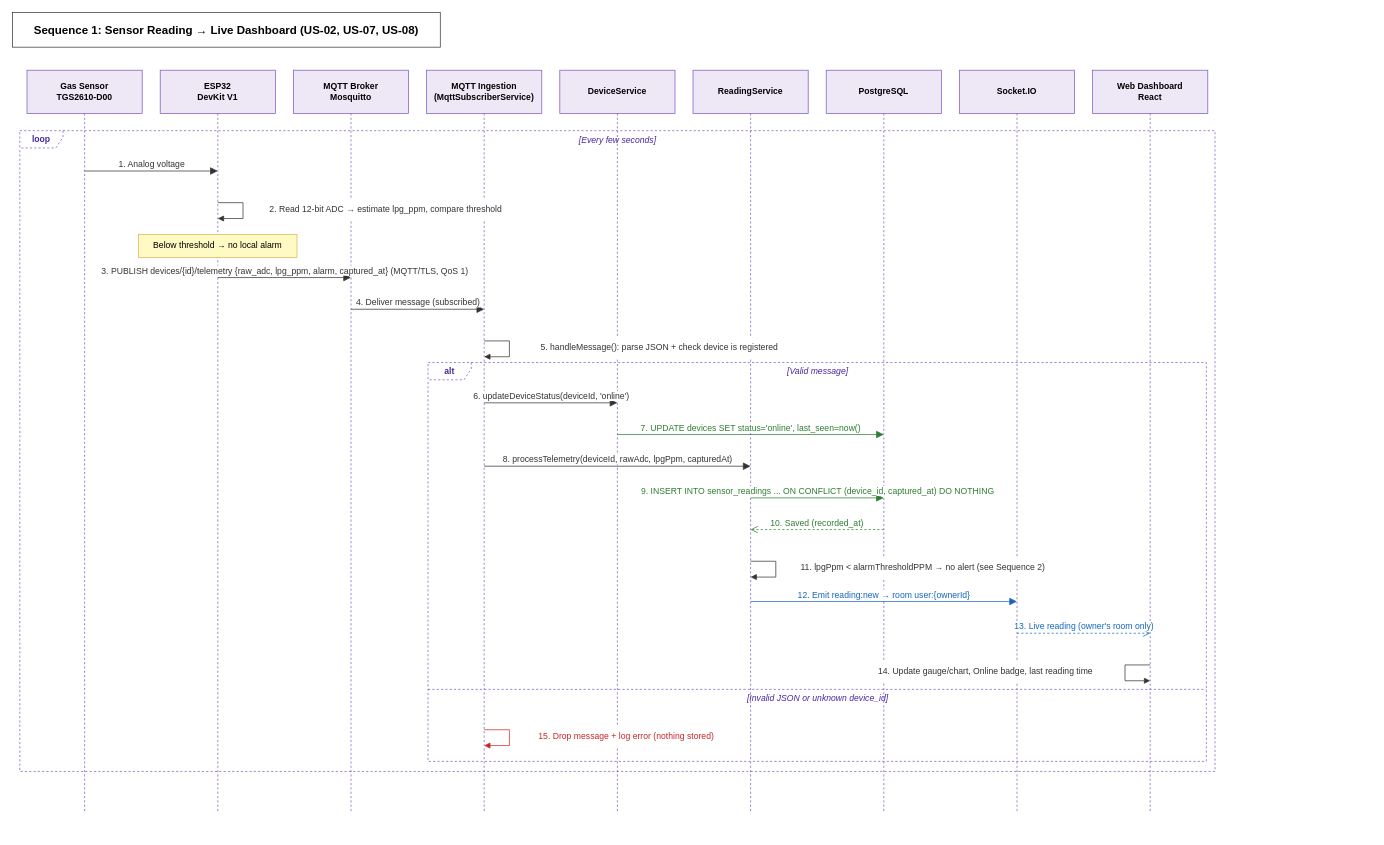
This is docs/diagrams/seq-1-sensor-reading.drawio from abdularhman2341/air-quality-monitoring-system, a draw.io file, before an edit. Source tidied: cells renumbered, new cells numbered last; positions are measured from the earlier drawing's top-left corner, leaving out a move shared by most shapes. Both pictures are drawn from the tidied source at 72%, with x=0, y=0 at pixel (12, 12).
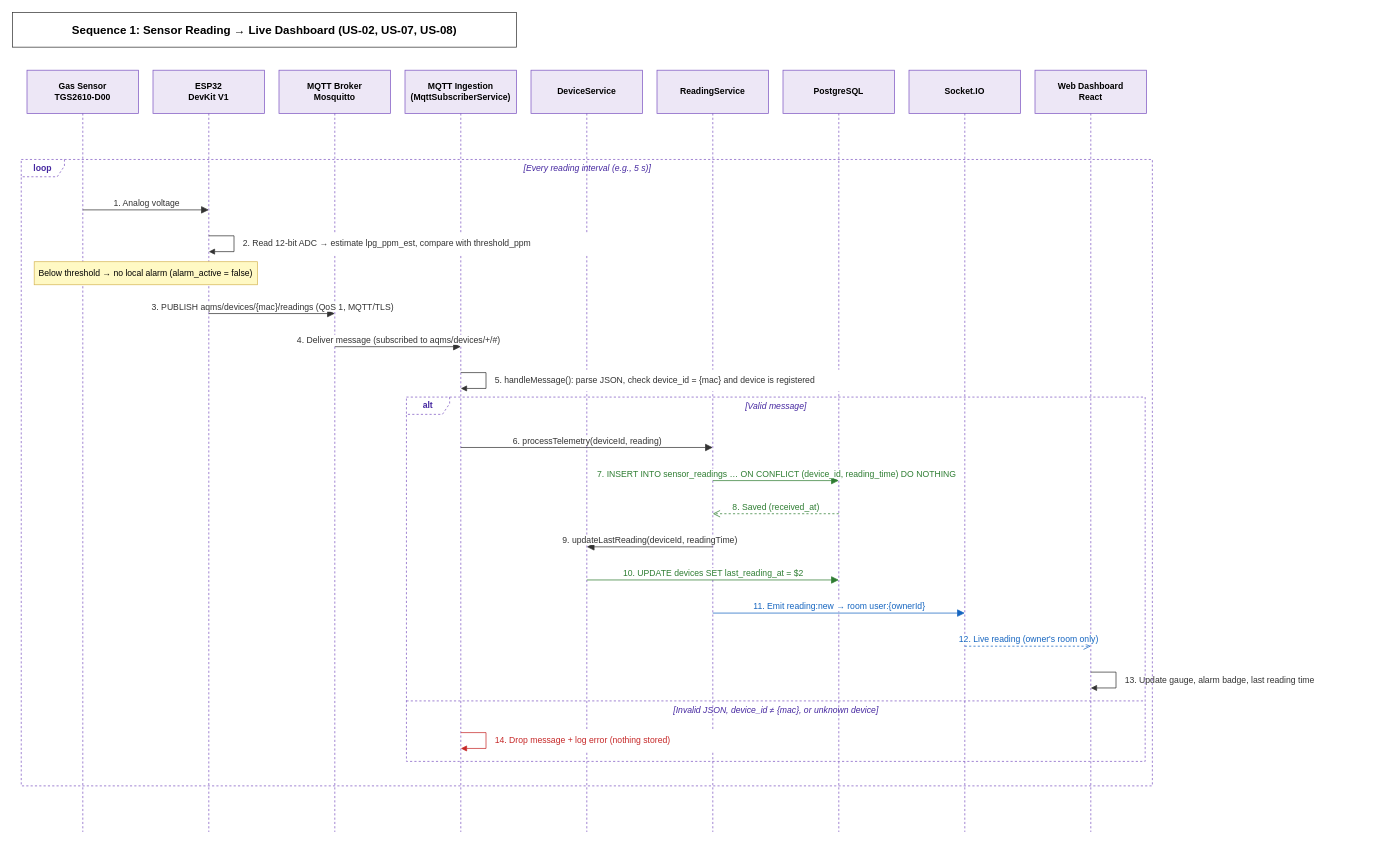
After the change.

The edit, as a diff of the source:
```diff
@@
-    <mxCell id="2" value="Sequence 1: Sensor Reading → Live Dashboard  (US-02, US-07, US-08)" style="fontFamily=Helvetica;rounded=0;whiteSpace=wrap;html=1;fontStyle=1;fontSize=16;fillColor=#FFFFFF;strokeColor=#333333;" parent="1" vertex="1">
-      <mxGeometry width="594" height="48" as="geometry" />
-    </mxCell>
     <mxCell id="3" value="Gas Sensor&#10;TGS2610-D00" style="fontFamily=Helvetica;shape=umlLifeline;perimeter=lifelinePerimeter;whiteSpace=wrap;html=1;size=60;fillColor=#EDE7F6;strokeColor=#7E57C2;fontSize=12;fontStyle=1;" parent="1" vertex="1">
-      <mxGeometry x="20" y="80" width="160" height="1030" as="geometry" />
+      <mxGeometry x="20" y="80" width="155" height="1058" as="geometry" />
     </mxCell>
     <mxCell id="4" value="ESP32&#10;DevKit V1" style="fontFamily=Helvetica;shape=umlLifeline;perimeter=lifelinePerimeter;whiteSpace=wrap;html=1;size=60;fillColor=#EDE7F6;strokeColor=#7E57C2;fontSize=12;fontStyle=1;" parent="1" vertex="1">
-      <mxGeometry x="205" y="80" width="160" height="1030" as="geometry" />
+      <mxGeometry x="195" y="80" width="155" height="1058" as="geometry" />
     </mxCell>
     <mxCell id="5" value="MQTT Broker&#10;Mosquitto" style="fontFamily=Helvetica;shape=umlLifeline;perimeter=lifelinePerimeter;whiteSpace=wrap;html=1;size=60;fillColor=#EDE7F6;strokeColor=#7E57C2;fontSize=12;fontStyle=1;" parent="1" vertex="1">
-      <mxGeometry x="390" y="80" width="160" height="1030" as="geometry" />
+      <mxGeometry x="370" y="80" width="155" height="1058" as="geometry" />
     </mxCell>
     <mxCell id="6" value="MQTT Ingestion&#10;(MqttSubscriberService)" style="fontFamily=Helvetica;shape=umlLifeline;perimeter=lifelinePerimeter;whiteSpace=wrap;html=1;size=60;fillColor=#EDE7F6;strokeColor=#7E57C2;fontSize=12;fontStyle=1;" parent="1" vertex="1">
-      <mxGeometry x="575" y="80" width="160" height="1030" as="geometry" />
+      <mxGeometry x="545" y="80" width="155" height="1058" as="geometry" />
     </mxCell>
     <mxCell id="7" value="DeviceService" style="fontFamily=Helvetica;shape=umlLifeline;perimeter=lifelinePerimeter;whiteSpace=wrap;html=1;size=60;fillColor=#EDE7F6;strokeColor=#7E57C2;fontSize=12;fontStyle=1;" parent="1" vertex="1">
-      <mxGeometry x="760" y="80" width="160" height="1030" as="geometry" />
+      <mxGeometry x="720" y="80" width="155" height="1058" as="geometry" />
     </mxCell>
     <mxCell id="8" value="ReadingService" style="fontFamily=Helvetica;shape=umlLifeline;perimeter=lifelinePerimeter;whiteSpace=wrap;html=1;size=60;fillColor=#EDE7F6;strokeColor=#7E57C2;fontSize=12;fontStyle=1;" parent="1" vertex="1">
-      <mxGeometry x="945" y="80" width="160" height="1030" as="geometry" />
+      <mxGeometry x="895" y="80" width="155" height="1058" as="geometry" />
     </mxCell>
     <mxCell id="9" value="PostgreSQL" style="fontFamily=Helvetica;shape=umlLifeline;perimeter=lifelinePerimeter;whiteSpace=wrap;html=1;size=60;fillColor=#EDE7F6;strokeColor=#7E57C2;fontSize=12;fontStyle=1;" parent="1" vertex="1">
-      <mxGeometry x="1130" y="80" width="160" height="1030" as="geometry" />
+      <mxGeometry x="1070" y="80" width="155" height="1058" as="geometry" />
     </mxCell>
     <mxCell id="10" value="Socket.IO" style="fontFamily=Helvetica;shape=umlLifeline;perimeter=lifelinePerimeter;whiteSpace=wrap;html=1;size=60;fillColor=#EDE7F6;strokeColor=#7E57C2;fontSize=12;fontStyle=1;" parent="1" vertex="1">
-      <mxGeometry x="1315" y="80" width="160" height="1030" as="geometry" />
+      <mxGeometry x="1245" y="80" width="155" height="1058" as="geometry" />
     </mxCell>
     <mxCell id="11" value="Web Dashboard&#10;React" style="fontFamily=Helvetica;shape=umlLifeline;perimeter=lifelinePerimeter;whiteSpace=wrap;html=1;size=60;fillColor=#EDE7F6;strokeColor=#7E57C2;fontSize=12;fontStyle=1;" parent="1" vertex="1">
-      <mxGeometry x="1500" y="80" width="160" height="1030" as="geometry" />
+      <mxGeometry x="1420" y="80" width="155" height="1058" as="geometry" />
     </mxCell>
+    <mxCell id="2" value="Sequence 1: Sensor Reading → Live Dashboard  (US-02, US-07, US-08)" style="fontFamily=Helvetica;rounded=0;whiteSpace=wrap;html=1;fontStyle=1;fontSize=16;fillColor=#FFFFFF;strokeColor=#333333;" parent="1" vertex="1">
+      <mxGeometry width="700" height="48" as="geometry" />
+    </mxCell>
     <mxCell id="12" value="1. Analog voltage" style="fontFamily=Helvetica;html=1;verticalAlign=bottom;labelBackgroundColor=#FFFFFF;fontSize=12;strokeColor=#333333;fontColor=#333333;endSize=8;endArrow=block;endFill=1;" parent="1" edge="1">
       <mxGeometry relative="1" as="geometry">
-        <mxPoint x="100" y="220" as="sourcePoint" />
-        <mxPoint x="285" y="220" as="targetPoint" />
+        <mxPoint x="97.5" y="274" as="sourcePoint" />
+        <mxPoint x="272.5" y="274" as="targetPoint" />
       </mxGeometry>
     </mxCell>
     <mxCell id="13" style="fontFamily=Helvetica;html=1;endArrow=block;endFill=1;strokeColor=#333333;rounded=0;" parent="1" edge="1">
       <mxGeometry relative="1" as="geometry">
-        <mxPoint x="285" y="264" as="sourcePoint" />
-        <mxPoint x="285" y="286" as="targetPoint" />
+        <mxPoint x="272.5" y="310" as="sourcePoint" />
+        <mxPoint x="272.5" y="332" as="targetPoint" />
         <Array as="points">
-          <mxPoint x="320" y="264" />
-          <mxPoint x="320" y="286" />
+          <mxPoint x="307.5" y="310" />
+          <mxPoint x="307.5" y="332" />
         </Array>
       </mxGeometry>
     </mxCell>
-    <mxCell id="14" value="2. Read 12-bit ADC → estimate lpg_ppm, compare threshold" style="fontFamily=Helvetica;text;html=1;align=center;verticalAlign=middle;fontSize=12;fontColor=#333333;fillColor=#FFFFFF;" parent="1" vertex="1">
-      <mxGeometry x="327" y="258" width="381" height="30" as="geometry" />
+    <mxCell id="14" value="2. Read 12-bit ADC → estimate lpg_ppm_est, compare with threshold_ppm" style="fontFamily=Helvetica;text;html=1;align=left;verticalAlign=middle;fontSize=12;fontColor=#333333;fillColor=#FFFFFF;" parent="1" vertex="1">
+      <mxGeometry x="317.5" y="306" width="496" height="30" as="geometry" />
     </mxCell>
-    <mxCell id="15" value="Below threshold → no local alarm" style="fontFamily=Helvetica;rounded=0;whiteSpace=wrap;html=1;fillColor=#FFF9C4;strokeColor=#D6B656;fontSize=12;" parent="1" vertex="1">
-      <mxGeometry x="175" y="308" width="220" height="32" as="geometry" />
+    <mxCell id="15" value="Below threshold → no local alarm (alarm_active = false)" style="fontFamily=Helvetica;rounded=0;whiteSpace=wrap;html=1;fillColor=#FFF9C4;strokeColor=#D6B656;fontSize=12;" parent="1" vertex="1">
+      <mxGeometry x="30" y="346" width="310" height="32" as="geometry" />
     </mxCell>
-    <mxCell id="16" value="3. PUBLISH devices/{id}/telemetry {raw_adc, lpg_ppm, alarm, captured_at} (MQTT/TLS, QoS 1)" style="fontFamily=Helvetica;html=1;verticalAlign=bottom;labelBackgroundColor=#FFFFFF;fontSize=12;strokeColor=#333333;fontColor=#333333;endSize=8;endArrow=block;endFill=1;" parent="1" edge="1">
+    <mxCell id="16" value="3. PUBLISH aqms/devices/{mac}/readings  (QoS 1, MQTT/TLS)" style="fontFamily=Helvetica;html=1;verticalAlign=bottom;labelBackgroundColor=#FFFFFF;fontSize=12;strokeColor=#333333;fontColor=#333333;endSize=8;endArrow=block;endFill=1;" parent="1" edge="1">
       <mxGeometry relative="1" as="geometry">
-        <mxPoint x="285" y="368" as="sourcePoint" />
-        <mxPoint x="470" y="368" as="targetPoint" />
+        <mxPoint x="272.5" y="418" as="sourcePoint" />
+        <mxPoint x="447.5" y="418" as="targetPoint" />
       </mxGeometry>
     </mxCell>
-    <mxCell id="17" value="4. Deliver message (subscribed)" style="fontFamily=Helvetica;html=1;verticalAlign=bottom;labelBackgroundColor=#FFFFFF;fontSize=12;strokeColor=#333333;fontColor=#333333;endSize=8;endArrow=block;endFill=1;" parent="1" edge="1">
+    <mxCell id="17" value="4. Deliver message (subscribed to aqms/devices/+/#)" style="fontFamily=Helvetica;html=1;verticalAlign=bottom;labelBackgroundColor=#FFFFFF;fontSize=12;strokeColor=#333333;fontColor=#333333;endSize=8;endArrow=block;endFill=1;" parent="1" edge="1">
       <mxGeometry relative="1" as="geometry">
-        <mxPoint x="470" y="412" as="sourcePoint" />
-        <mxPoint x="655" y="412" as="targetPoint" />
+        <mxPoint x="447.5" y="464" as="sourcePoint" />
+        <mxPoint x="622.5" y="464" as="targetPoint" />
       </mxGeometry>
     </mxCell>
     <mxCell id="18" style="fontFamily=Helvetica;html=1;endArrow=block;endFill=1;strokeColor=#333333;rounded=0;" parent="1" edge="1">
       <mxGeometry relative="1" as="geometry">
-        <mxPoint x="655" y="456" as="sourcePoint" />
-        <mxPoint x="655" y="478" as="targetPoint" />
+        <mxPoint x="622.5" y="500" as="sourcePoint" />
+        <mxPoint x="622.5" y="522" as="targetPoint" />
         <Array as="points">
-          <mxPoint x="690" y="456" />
-          <mxPoint x="690" y="478" />
+          <mxPoint x="657.5" y="500" />
+          <mxPoint x="657.5" y="522" />
         </Array>
       </mxGeometry>
     </mxCell>
-    <mxCell id="19" value="5. handleMessage(): parse JSON + check device is registered" style="fontFamily=Helvetica;text;html=1;align=center;verticalAlign=middle;fontSize=12;fontColor=#333333;fillColor=#FFFFFF;" parent="1" vertex="1">
-      <mxGeometry x="697" y="450" width="401" height="30" as="geometry" />
+    <mxCell id="19" value="5. handleMessage(): parse JSON, check device_id = {mac} and device is registered" style="fontFamily=Helvetica;text;html=1;align=left;verticalAlign=middle;fontSize=12;fontColor=#333333;fillColor=#FFFFFF;" parent="1" vertex="1">
+      <mxGeometry x="667.5" y="496" width="576" height="30" as="geometry" />
     </mxCell>
-    <mxCell id="20" value="6. updateDeviceStatus(deviceId, 'online')" style="fontFamily=Helvetica;html=1;verticalAlign=bottom;labelBackgroundColor=#FFFFFF;fontSize=12;strokeColor=#333333;fontColor=#333333;endSize=8;endArrow=block;endFill=1;" parent="1" edge="1">
+    <mxCell id="20" value="6. processTelemetry(deviceId, reading)" style="fontFamily=Helvetica;html=1;verticalAlign=bottom;labelBackgroundColor=#FFFFFF;fontSize=12;strokeColor=#333333;fontColor=#333333;endSize=8;endArrow=block;endFill=1;" parent="1" edge="1">
       <mxGeometry relative="1" as="geometry">
-        <mxPoint x="655" y="542" as="sourcePoint" />
-        <mxPoint x="840" y="542" as="targetPoint" />
+        <mxPoint x="622.5" y="604" as="sourcePoint" />
+        <mxPoint x="972.5" y="604" as="targetPoint" />
       </mxGeometry>
     </mxCell>
-    <mxCell id="21" value="7. UPDATE devices SET status='online', last_seen=now()" style="fontFamily=Helvetica;html=1;verticalAlign=bottom;labelBackgroundColor=#FFFFFF;fontSize=12;strokeColor=#2E7D32;fontColor=#2E7D32;endSize=8;endArrow=block;endFill=1;" parent="1" edge="1">
+    <mxCell id="21" value="7. INSERT INTO sensor_readings … ON CONFLICT (device_id, reading_time) DO NOTHING" style="fontFamily=Helvetica;html=1;verticalAlign=bottom;labelBackgroundColor=#FFFFFF;fontSize=12;strokeColor=#2E7D32;fontColor=#2E7D32;endSize=8;endArrow=block;endFill=1;" parent="1" edge="1">
       <mxGeometry relative="1" as="geometry">
-        <mxPoint x="840" y="586" as="sourcePoint" />
-        <mxPoint x="1210" y="586" as="targetPoint" />
+        <mxPoint x="972.5" y="650" as="sourcePoint" />
+        <mxPoint x="1147.5" y="650" as="targetPoint" />
       </mxGeometry>
     </mxCell>
-    <mxCell id="22" value="8. processTelemetry(deviceId, rawAdc, lpgPpm, capturedAt)" style="fontFamily=Helvetica;html=1;verticalAlign=bottom;labelBackgroundColor=#FFFFFF;fontSize=12;strokeColor=#333333;fontColor=#333333;endSize=8;endArrow=block;endFill=1;" parent="1" edge="1">
+    <mxCell id="22" value="8. Saved (received_at)" style="fontFamily=Helvetica;html=1;verticalAlign=bottom;labelBackgroundColor=#FFFFFF;fontSize=12;strokeColor=#2E7D32;fontColor=#2E7D32;endSize=8;dashed=1;endArrow=open;endFill=0;" parent="1" edge="1">
       <mxGeometry relative="1" as="geometry">
-        <mxPoint x="655" y="630" as="sourcePoint" />
-        <mxPoint x="1025" y="630" as="targetPoint" />
+        <mxPoint x="1147.5" y="696" as="sourcePoint" />
+        <mxPoint x="972.5" y="696" as="targetPoint" />
       </mxGeometry>
     </mxCell>
-    <mxCell id="23" value="9. INSERT INTO sensor_readings ... ON CONFLICT (device_id, captured_at) DO NOTHING" style="fontFamily=Helvetica;html=1;verticalAlign=bottom;labelBackgroundColor=#FFFFFF;fontSize=12;strokeColor=#2E7D32;fontColor=#2E7D32;endSize=8;endArrow=block;endFill=1;" parent="1" edge="1">
+    <mxCell id="23" value="9. updateLastReading(deviceId, readingTime)" style="fontFamily=Helvetica;html=1;verticalAlign=bottom;labelBackgroundColor=#FFFFFF;fontSize=12;strokeColor=#333333;fontColor=#333333;endSize=8;endArrow=block;endFill=1;" parent="1" edge="1">
       <mxGeometry relative="1" as="geometry">
-        <mxPoint x="1025" y="674" as="sourcePoint" />
-        <mxPoint x="1210" y="674" as="targetPoint" />
+        <mxPoint x="972.5" y="742" as="sourcePoint" />
+        <mxPoint x="797.5" y="742" as="targetPoint" />
       </mxGeometry>
     </mxCell>
-    <mxCell id="24" value="10. Saved (recorded_at)" style="fontFamily=Helvetica;html=1;verticalAlign=bottom;labelBackgroundColor=#FFFFFF;fontSize=12;strokeColor=#2E7D32;fontColor=#2E7D32;endSize=8;dashed=1;endArrow=open;endFill=0;" parent="1" edge="1">
+    <mxCell id="24" value="10. UPDATE devices SET last_reading_at = $2" style="fontFamily=Helvetica;html=1;verticalAlign=bottom;labelBackgroundColor=#FFFFFF;fontSize=12;strokeColor=#2E7D32;fontColor=#2E7D32;endSize=8;endArrow=block;endFill=1;" parent="1" edge="1">
       <mxGeometry relative="1" as="geometry">
-        <mxPoint x="1210" y="718" as="sourcePoint" />
-        <mxPoint x="1025" y="718" as="targetPoint" />
+        <mxPoint x="797.5" y="788" as="sourcePoint" />
+        <mxPoint x="1147.5" y="788" as="targetPoint" />
       </mxGeometry>
     </mxCell>
-    <mxCell id="25" style="fontFamily=Helvetica;html=1;endArrow=block;endFill=1;strokeColor=#333333;rounded=0;" parent="1" edge="1">
+    <mxCell id="25" value="11. Emit reading:new → room user:{ownerId}" style="fontFamily=Helvetica;html=1;verticalAlign=bottom;labelBackgroundColor=#FFFFFF;fontSize=12;strokeColor=#1565C0;fontColor=#1565C0;endSize=8;endArrow=block;endFill=1;" parent="1" edge="1">
       <mxGeometry relative="1" as="geometry">
-        <mxPoint x="1025" y="762" as="sourcePoint" />
-        <mxPoint x="1025" y="784" as="targetPoint" />
-        <Array as="points">
-          <mxPoint x="1060" y="762" />
-          <mxPoint x="1060" y="784" />
-        </Array>
+        <mxPoint x="972.5" y="834" as="sourcePoint" />
+        <mxPoint x="1322.5" y="834" as="targetPoint" />
       </mxGeometry>
     </mxCell>
-    <mxCell id="26" value="11. lpgPpm &lt; alarmThresholdPPM → no alert (see Sequence 2)" style="fontFamily=Helvetica;text;html=1;align=center;verticalAlign=middle;fontSize=12;fontColor=#333333;fillColor=#FFFFFF;" parent="1" vertex="1">
-      <mxGeometry x="1067" y="756" width="394" height="30" as="geometry" />
+    <mxCell id="26" value="12. Live reading (owner's room only)" style="fontFamily=Helvetica;html=1;verticalAlign=bottom;labelBackgroundColor=#FFFFFF;fontSize=12;strokeColor=#1565C0;fontColor=#1565C0;endSize=8;dashed=1;endArrow=open;endFill=0;" parent="1" edge="1">
+      <mxGeometry relative="1" as="geometry">
+        <mxPoint x="1322.5" y="880" as="sourcePoint" />
+        <mxPoint x="1497.5" y="880" as="targetPoint" />
+      </mxGeometry>
     </mxCell>
-    <mxCell id="27" value="12. Emit reading:new → room user:{ownerId}" style="fontFamily=Helvetica;html=1;verticalAlign=bottom;labelBackgroundColor=#FFFFFF;fontSize=12;strokeColor=#1565C0;fontColor=#1565C0;endSize=8;endArrow=block;endFill=1;" parent="1" edge="1">
+    <mxCell id="27" style="fontFamily=Helvetica;html=1;endArrow=block;endFill=1;strokeColor=#333333;rounded=0;" parent="1" edge="1">
       <mxGeometry relative="1" as="geometry">
-        <mxPoint x="1025" y="818" as="sourcePoint" />
-        <mxPoint x="1395" y="818" as="targetPoint" />
+        <mxPoint x="1497.5" y="916" as="sourcePoint" />
+        <mxPoint x="1497.5" y="938" as="targetPoint" />
+        <Array as="points">
+          <mxPoint x="1532.5" y="916" />
+          <mxPoint x="1532.5" y="938" />
+        </Array>
       </mxGeometry>
     </mxCell>
-    <mxCell id="28" value="13. Live reading (owner's room only)" style="fontFamily=Helvetica;html=1;verticalAlign=bottom;labelBackgroundColor=#FFFFFF;fontSize=12;strokeColor=#1565C0;fontColor=#1565C0;endSize=8;dashed=1;endArrow=open;endFill=0;" parent="1" edge="1">
-      <mxGeometry relative="1" as="geometry">
-        <mxPoint x="1395" y="862" as="sourcePoint" />
-        <mxPoint x="1580" y="862" as="targetPoint" />
-      </mxGeometry>
+    <mxCell id="28" value="13. Update gauge, alarm badge, last reading time" style="fontFamily=Helvetica;text;html=1;align=left;verticalAlign=middle;fontSize=12;fontColor=#333333;fillColor=#FFFFFF;" parent="1" vertex="1">
+      <mxGeometry x="1542.5" y="912" width="345" height="30" as="geometry" />
     </mxCell>
+    <mxCell id="39" style="fontFamily=Helvetica;html=1;endArrow=block;endFill=1;strokeColor=#C62828;rounded=0;" parent="1" edge="1">
+      <mxGeometry relative="1" as="geometry">
+        <mxPoint x="622.5" y="1000" as="sourcePoint" />
+        <mxPoint x="622.5" y="1022" as="targetPoint" />
+        <Array as="points">
+          <mxPoint x="657.5" y="1000" />
+          <mxPoint x="657.5" y="1022" />
+        </Array>
+      </mxGeometry>
+    </mxCell>
-    <mxCell id="29" style="fontFamily=Helvetica;html=1;endArrow=block;endFill=1;strokeColor=#333333;rounded=0;" parent="1" edge="1">
-      <mxGeometry relative="1" as="geometry">
-        <mxPoint x="1580" y="906" as="sourcePoint" />
-        <mxPoint x="1580" y="928" as="targetPoint" />
-        <Array as="points">
-          <mxPoint x="1545" y="906" />
-          <mxPoint x="1545" y="928" />
-        </Array>
-      </mxGeometry>
+    <mxCell id="29" value="14. Drop message + log error (nothing stored)" style="fontFamily=Helvetica;text;html=1;align=left;verticalAlign=middle;fontSize=12;fontColor=#C62828;fillColor=#FFFFFF;" parent="1" vertex="1">
+      <mxGeometry x="667.5" y="996" width="324" height="30" as="geometry" />
     </mxCell>
-    <mxCell id="30" value="14. Update gauge/chart, Online badge, last reading time" style="fontFamily=Helvetica;text;html=1;align=center;verticalAlign=middle;fontSize=12;fontColor=#333333;fillColor=#FFFFFF;" parent="1" vertex="1">
-      <mxGeometry x="1163" y="900" width="375" height="30" as="geometry" />
+    <mxCell id="30" value="alt" style="fontFamily=Helvetica;shape=umlFrame;whiteSpace=wrap;html=1;width=60;height=24;fillColor=none;strokeColor=#7E57C2;dashed=1;fontStyle=1;fontColor=#4527A0;swimlaneFillColor=none;" parent="1" vertex="1">
+      <mxGeometry x="547" y="534" width="1026" height="506" as="geometry" />
     </mxCell>
-    <mxCell id="31" style="fontFamily=Helvetica;html=1;endArrow=block;endFill=1;strokeColor=#C62828;rounded=0;" parent="1" edge="1">
-      <mxGeometry relative="1" as="geometry">
-        <mxPoint x="655" y="996" as="sourcePoint" />
-        <mxPoint x="655" y="1018" as="targetPoint" />
-        <Array as="points">
-          <mxPoint x="690" y="996" />
-          <mxPoint x="690" y="1018" />
-        </Array>
-      </mxGeometry>
+    <mxCell id="31" value="[Valid message]" style="fontFamily=Helvetica;text;html=1;align=center;verticalAlign=middle;fontSize=12;fontStyle=2;fontColor=#4527A0;" parent="1" vertex="1">
+      <mxGeometry x="810" y="536" width="500" height="22" as="geometry" />
     </mxCell>
-    <mxCell id="32" value="15. Drop message + log error (nothing stored)" style="fontFamily=Helvetica;text;html=1;align=center;verticalAlign=middle;fontSize=12;fontColor=#C62828;fillColor=#FFFFFF;" parent="1" vertex="1">
-      <mxGeometry x="697" y="990" width="309" height="30" as="geometry" />
+    <mxCell id="32" style="endArrow=none;dashed=1;html=1;strokeColor=#7E57C2;" parent="1" edge="1">
+      <mxGeometry relative="1" as="geometry">
+        <mxPoint x="547" y="956" as="sourcePoint" />
+        <mxPoint x="1573" y="956" as="targetPoint" />
+      </mxGeometry>
     </mxCell>
-    <mxCell id="33" value="alt" style="fontFamily=Helvetica;shape=umlFrame;whiteSpace=wrap;html=1;width=60;height=24;fillColor=none;strokeColor=#7E57C2;dashed=1;fontStyle=1;fontColor=#4527A0;swimlaneFillColor=none;" parent="1" vertex="1">
-      <mxGeometry x="577" y="486" width="1081" height="554" as="geometry" />
+    <mxCell id="33" value="[Invalid JSON, device_id ≠ {mac}, or unknown device]" style="fontFamily=Helvetica;text;html=1;align=center;verticalAlign=middle;fontSize=12;fontStyle=2;fontColor=#4527A0;" parent="1" vertex="1">
+      <mxGeometry x="810" y="958" width="500" height="22" as="geometry" />
     </mxCell>
-    <mxCell id="34" value="[Valid message]" style="fontFamily=Helvetica;text;html=1;align=center;verticalAlign=middle;fontSize=12;fontStyle=2;fontColor=#4527A0;" parent="1" vertex="1">
-      <mxGeometry x="917.5" y="488" width="400" height="22" as="geometry" />
+    <mxCell id="34" value="loop" style="fontFamily=Helvetica;shape=umlFrame;whiteSpace=wrap;html=1;width=60;height=24;fillColor=none;strokeColor=#7E57C2;dashed=1;fontStyle=1;fontColor=#4527A0;swimlaneFillColor=none;" parent="1" vertex="1">
+      <mxGeometry x="12" y="204" width="1571" height="870" as="geometry" />
     </mxCell>
-    <mxCell id="35" style="endArrow=none;dashed=1;html=1;strokeColor=#7E57C2;" parent="1" edge="1">
-      <mxGeometry relative="1" as="geometry">
-        <mxPoint x="577" y="940" as="sourcePoint" />
-        <mxPoint x="1658" y="940" as="targetPoint" />
-      </mxGeometry>
+    <mxCell id="35" value="[Every reading interval (e.g., 5 s)]" style="fontFamily=Helvetica;text;html=1;align=center;verticalAlign=middle;fontSize=12;fontStyle=2;fontColor=#4527A0;" parent="1" vertex="1">
+      <mxGeometry x="547.5" y="206" width="500" height="22" as="geometry" />
     </mxCell>
-    <mxCell id="36" value="[Invalid JSON or unknown device_id]" style="fontFamily=Helvetica;text;html=1;align=center;verticalAlign=middle;fontSize=12;fontStyle=2;fontColor=#4527A0;" parent="1" vertex="1">
-      <mxGeometry x="917.5" y="942" width="400" height="22" as="geometry" />
-    </mxCell>
-    <mxCell id="37" value="loop" style="fontFamily=Helvetica;shape=umlFrame;whiteSpace=wrap;html=1;width=60;height=24;fillColor=none;strokeColor=#7E57C2;dashed=1;fontStyle=1;fontColor=#4527A0;swimlaneFillColor=none;" parent="1" vertex="1">
-      <mxGeometry x="10" y="164" width="1660" height="890" as="geometry" />
-    </mxCell>
-    <mxCell id="38" value="[Every few seconds]" style="fontFamily=Helvetica;text;html=1;align=center;verticalAlign=middle;fontSize=12;fontStyle=2;fontColor=#4527A0;" parent="1" vertex="1">
-      <mxGeometry x="640" y="166" width="400" height="22" as="geometry" />
-    </mxCell>
```
